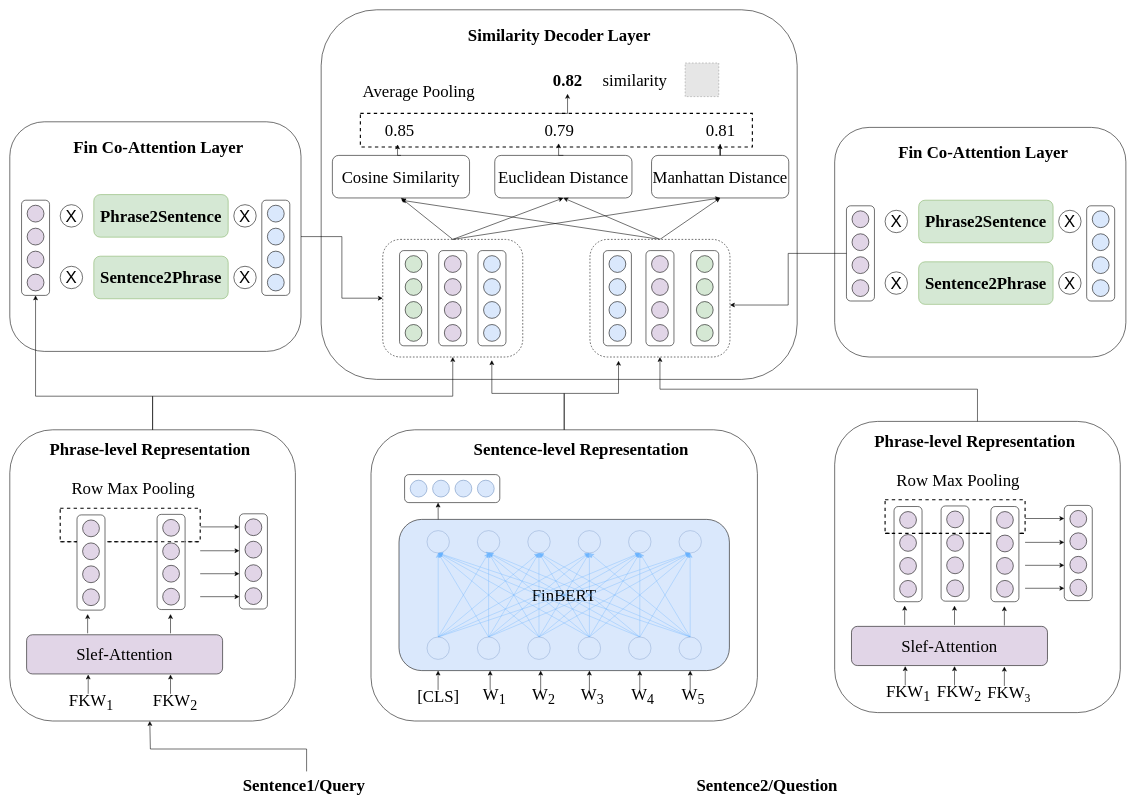
Earlier version of the draw.io diagram text_match/FinKeNet.drawio (lengyueit/paper_pic). Source tidied: cells renumbered, new cells numbered last; positions are measured from the earlier drawing's top-left corner, leaving out a move shared by most shapes. Both pictures are drawn from the tidied source at 56%, with x=0, y=0 at pixel (-12, 10). Pictures stored in the file or linked from it are replaced by grey dashed boxes.
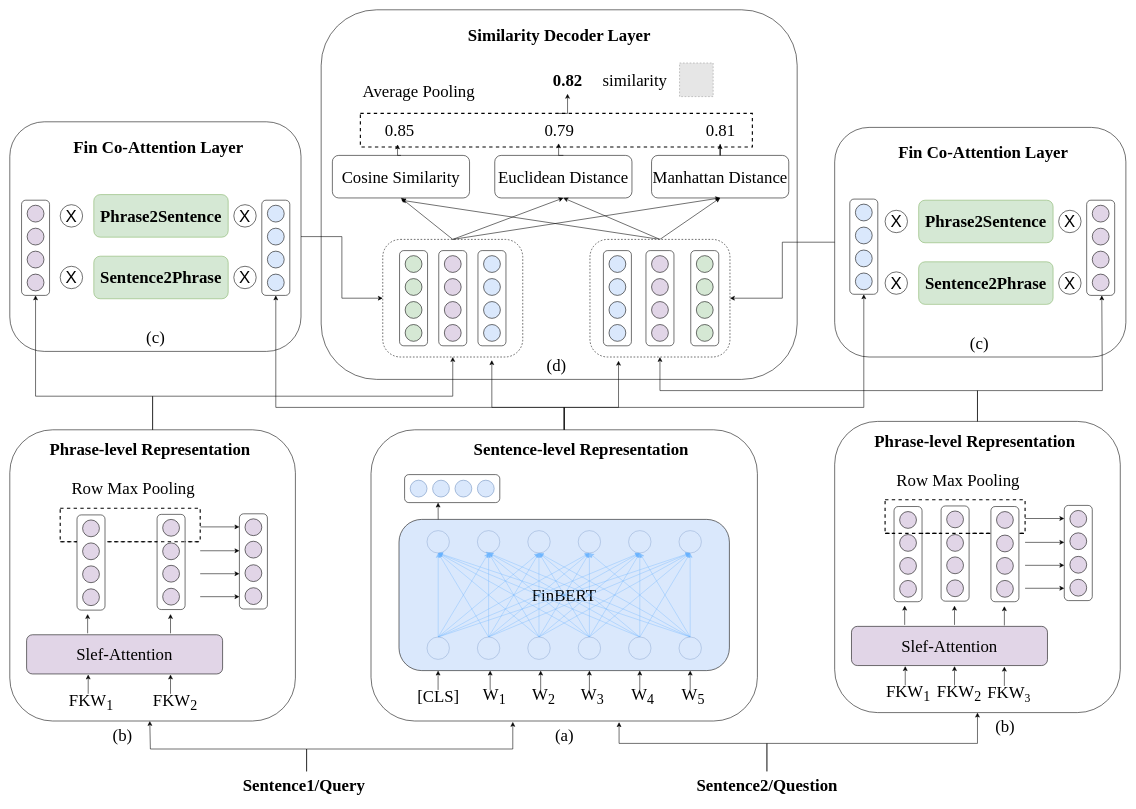
The same page after the edit.

Unchanged cells that the change refers to:
```xml
<mxCell id="2" style="rounded=1;whiteSpace=wrap;html=1;" parent="1" vertex="1">
  <mxGeometry x="684" y="750" width="690" height="520" as="geometry" />
</mxCell>
<mxCell id="4" value="&lt;font face=&quot;Times New Roman&quot; style=&quot;font-size: 30px;&quot;&gt;&lt;b&gt;Sentence1/Query&lt;/b&gt;&lt;/font&gt;" style="text;html=1;align=center;verticalAlign=middle;points=[];strokeColor=none;fillColor=none;" parent="1" vertex="1">
  <mxGeometry x="444" y="1360" width="240" height="50" as="geometry" />
</mxCell>
<mxCell id="5" value="&lt;font face=&quot;Times New Roman&quot; style=&quot;font-size: 30px;&quot;&gt;&lt;b&gt;Sentence2/Question&lt;/b&gt;&lt;/font&gt;" style="text;html=1;align=center;verticalAlign=middle;points=[];strokeColor=none;fillColor=none;" parent="1" vertex="1">
  <mxGeometry x="1251" y="1360" width="280" height="50" as="geometry" />
</mxCell>
<mxCell id="14" style="rounded=1;whiteSpace=wrap;html=1;" parent="13" vertex="1">
  <mxGeometry width="510" height="520" as="geometry" />
</mxCell>
<mxCell id="48" style="rounded=1;whiteSpace=wrap;html=1;" parent="1" vertex="1">
  <mxGeometry x="1512" y="735" width="510" height="520" as="geometry" />
</mxCell>
<mxCell id="153" style="group;" parent="1" vertex="1">
  <mxGeometry x="39" y="200" width="520" height="410" as="geometry" />
</mxCell>
<mxCell id="154" style="rounded=1;whiteSpace=wrap;html=1;" parent="153" vertex="1">
  <mxGeometry width="520" height="410" as="geometry" />
</mxCell>
<mxCell id="157" style="rounded=1;whiteSpace=wrap;html=1;direction=west;rotation=90;" parent="156" vertex="1">
  <mxGeometry x="-60" y="60" width="170" height="50" as="geometry" />
</mxCell>
<mxCell id="163" style="rounded=1;whiteSpace=wrap;html=1;direction=west;rotation=90;" parent="162" vertex="1">
  <mxGeometry x="-60" y="60" width="170" height="50" as="geometry" />
</mxCell>
<mxCell id="174" style="group;" parent="1" vertex="1">
  <mxGeometry x="1512" y="210" width="520" height="410" as="geometry" />
</mxCell>
<mxCell id="175" style="rounded=1;whiteSpace=wrap;html=1;" parent="174" vertex="1">
  <mxGeometry width="520" height="410" as="geometry" />
</mxCell>
<mxCell id="178" style="rounded=1;whiteSpace=wrap;html=1;direction=west;rotation=90;" parent="177" vertex="1">
  <mxGeometry x="-60" y="60" width="170" height="50" as="geometry" />
</mxCell>
<mxCell id="184" style="rounded=1;whiteSpace=wrap;html=1;direction=west;rotation=90;" parent="183" vertex="1">
  <mxGeometry x="-60" y="60" width="170" height="50" as="geometry" />
</mxCell>
<mxCell id="198" value="&lt;font face=&quot;Times New Roman&quot; style=&quot;font-size: 30px;&quot;&gt;Cosine Similarity&lt;/font&gt;" style="rounded=1;whiteSpace=wrap;html=1;" parent="196" vertex="1">
  <mxGeometry x="-120" y="-20" width="245" height="76" as="geometry" />
</mxCell>
<mxCell id="202" style="rounded=1;whiteSpace=wrap;html=1;dashed=1;" parent="201" vertex="1">
  <mxGeometry width="250" height="210" as="geometry" />
</mxCell>
<mxCell id="234" style="rounded=1;whiteSpace=wrap;html=1;dashed=1;" parent="196" vertex="1">
  <mxGeometry x="340" y="130" width="250" height="210" as="geometry" />
</mxCell>
```

What changed in the source:
```diff
@@
+    <mxCell id="263" style="edgeStyle=orthogonalEdgeStyle;rounded=0;jettySize=auto;html=1;entryX=0.367;entryY=1.003;entryDx=0;entryDy=0;entryPerimeter=0;" parent="1" edge="1" source="4" target="2">
+      <mxGeometry relative="1" as="geometry">
+        <Array as="points">
+          <mxPoint x="569" y="1320" />
+          <mxPoint x="937" y="1320" />
+        </Array>
+      </mxGeometry>
+    </mxCell>
@@
+    <mxCell id="264" style="edgeStyle=orthogonalEdgeStyle;rounded=0;jettySize=auto;html=1;" parent="1" edge="1" source="5" target="48">
+      <mxGeometry relative="1" as="geometry">
+        <Array as="points">
+          <mxPoint x="1391" y="1310" />
+          <mxPoint x="1767" y="1310" />
+        </Array>
+      </mxGeometry>
+    </mxCell>
+    <mxCell id="265" style="edgeStyle=orthogonalEdgeStyle;rounded=0;jettySize=auto;html=1;entryX=0.642;entryY=1.004;entryDx=0;entryDy=0;entryPerimeter=0;" parent="1" edge="1" source="5" target="2">
+      <mxGeometry relative="1" as="geometry">
+        <Array as="points">
+          <mxPoint x="1391" y="1310" />
+          <mxPoint x="1127" y="1310" />
+        </Array>
+      </mxGeometry>
+    </mxCell>
@@
+    <mxCell id="266" value="&lt;font face=&quot;Times New Roman&quot;&gt;&lt;span style=&quot;font-size: 30px;&quot;&gt;(c)&lt;/span&gt;&lt;/font&gt;" style="text;html=1;align=center;verticalAlign=middle;strokeColor=none;fillColor=none;" parent="153" vertex="1">
+      <mxGeometry x="230" y="360" width="60" height="50" as="geometry" />
+    </mxCell>
@@
+    <mxCell id="189" value="&lt;b style=&quot;border-color: var(--border-color); font-family: &amp;quot;Times New Roman&amp;quot;; font-size: 30px;&quot;&gt;Phrase2Sentence&lt;/b&gt;" style="rounded=1;whiteSpace=wrap;html=1;fillColor=#d5e8d4;strokeColor=#82b366;" parent="174" vertex="1">
+      <mxGeometry x="150" y="130" width="240" height="76" as="geometry" />
+    </mxCell>
+    <mxCell id="190" value="&lt;b style=&quot;border-color: var(--border-color); font-family: &amp;quot;Times New Roman&amp;quot;; font-size: 30px;&quot;&gt;Sentence2&lt;/b&gt;&lt;b style=&quot;border-color: var(--border-color); font-family: &amp;quot;Times New Roman&amp;quot;; font-size: 30px;&quot;&gt;Phrase&lt;/b&gt;" style="rounded=1;whiteSpace=wrap;html=1;fillColor=#d5e8d4;strokeColor=#82b366;" parent="174" vertex="1">
+      <mxGeometry x="150" y="240" width="240" height="76" as="geometry" />
+    </mxCell>
+    <mxCell id="191" value="&lt;div&gt;&lt;font style=&quot;font-size: 30px;&quot;&gt;X&lt;/font&gt;&lt;/div&gt;" style="ellipse;whiteSpace=wrap;html=1;" parent="174" vertex="1">
+      <mxGeometry x="90" y="148" width="40" height="40" as="geometry" />
+    </mxCell>
+    <mxCell id="192" value="&lt;div&gt;&lt;font style=&quot;font-size: 30px;&quot;&gt;X&lt;/font&gt;&lt;/div&gt;" style="ellipse;whiteSpace=wrap;html=1;" parent="174" vertex="1">
+      <mxGeometry x="90" y="258" width="40" height="40" as="geometry" />
+    </mxCell>
+    <mxCell id="193" value="&lt;div&gt;&lt;font style=&quot;font-size: 30px;&quot;&gt;X&lt;/font&gt;&lt;/div&gt;" style="ellipse;whiteSpace=wrap;html=1;" parent="174" vertex="1">
+      <mxGeometry x="400" y="148" width="40" height="40" as="geometry" />
+    </mxCell>
+    <mxCell id="194" value="&lt;div&gt;&lt;font style=&quot;font-size: 30px;&quot;&gt;X&lt;/font&gt;&lt;/div&gt;" style="ellipse;whiteSpace=wrap;html=1;" parent="174" vertex="1">
+      <mxGeometry x="400" y="258" width="40" height="40" as="geometry" />
+    </mxCell>
     <mxCell id="177" style="group;" parent="174" vertex="1">
-      <mxGeometry x="21" y="140" width="50" height="170" as="geometry" />
+      <mxGeometry x="450" y="130" width="50" height="170" as="geometry" />
     </mxCell>
@@
     <mxCell id="183" style="group;" parent="174" vertex="1">
-      <mxGeometry x="450" y="140" width="50" height="170" as="geometry" />
+      <mxGeometry x="27" y="128" width="50" height="170" as="geometry" />
     </mxCell>
@@
-    <mxCell id="189" value="&lt;b style=&quot;border-color: var(--border-color); font-family: &amp;quot;Times New Roman&amp;quot;; font-size: 30px;&quot;&gt;Phrase2Sentence&lt;/b&gt;" style="rounded=1;whiteSpace=wrap;html=1;fillColor=#d5e8d4;strokeColor=#82b366;" parent="174" vertex="1">
-      <mxGeometry x="150" y="130" width="240" height="76" as="geometry" />
-    </mxCell>
-    <mxCell id="190" value="&lt;b style=&quot;border-color: var(--border-color); font-family: &amp;quot;Times New Roman&amp;quot;; font-size: 30px;&quot;&gt;Sentence2&lt;/b&gt;&lt;b style=&quot;border-color: var(--border-color); font-family: &amp;quot;Times New Roman&amp;quot;; font-size: 30px;&quot;&gt;Phrase&lt;/b&gt;" style="rounded=1;whiteSpace=wrap;html=1;fillColor=#d5e8d4;strokeColor=#82b366;" parent="174" vertex="1">
-      <mxGeometry x="150" y="240" width="240" height="76" as="geometry" />
-    </mxCell>
-    <mxCell id="191" value="&lt;div&gt;&lt;font style=&quot;font-size: 30px;&quot;&gt;X&lt;/font&gt;&lt;/div&gt;" style="ellipse;whiteSpace=wrap;html=1;" parent="174" vertex="1">
-      <mxGeometry x="90" y="148" width="40" height="40" as="geometry" />
-    </mxCell>
-    <mxCell id="192" value="&lt;div&gt;&lt;font style=&quot;font-size: 30px;&quot;&gt;X&lt;/font&gt;&lt;/div&gt;" style="ellipse;whiteSpace=wrap;html=1;" parent="174" vertex="1">
-      <mxGeometry x="90" y="258" width="40" height="40" as="geometry" />
-    </mxCell>
-    <mxCell id="193" value="&lt;div&gt;&lt;font style=&quot;font-size: 30px;&quot;&gt;X&lt;/font&gt;&lt;/div&gt;" style="ellipse;whiteSpace=wrap;html=1;" parent="174" vertex="1">
-      <mxGeometry x="400" y="148" width="40" height="40" as="geometry" />
-    </mxCell>
-    <mxCell id="194" value="&lt;div&gt;&lt;font style=&quot;font-size: 30px;&quot;&gt;X&lt;/font&gt;&lt;/div&gt;" style="ellipse;whiteSpace=wrap;html=1;" parent="174" vertex="1">
-      <mxGeometry x="400" y="258" width="40" height="40" as="geometry" />
-    </mxCell>
-    <mxCell id="195" style="group;" parent="1" vertex="1">
-      <mxGeometry x="659" y="20" width="816" height="656" as="geometry" />
-    </mxCell>
+    <mxCell id="267" value="&lt;font face=&quot;Times New Roman&quot;&gt;&lt;span style=&quot;font-size: 30px;&quot;&gt;(c)&lt;/span&gt;&lt;/font&gt;" style="text;html=1;align=center;verticalAlign=middle;strokeColor=none;fillColor=none;" parent="174" vertex="1">
+      <mxGeometry x="228" y="360" width="60" height="50" as="geometry" />
+    </mxCell>
+    <mxCell id="257" style="edgeStyle=orthogonalEdgeStyle;rounded=0;jettySize=auto;html=1;exitX=0.5;exitY=0;exitDx=0;exitDy=0;entryX=0;entryY=0.5;entryDx=0;entryDy=0;" parent="1" edge="1" source="14" target="157">
+      <mxGeometry relative="1" as="geometry">
+        <Array as="points">
+          <mxPoint x="294" y="690" />
+          <mxPoint x="85" y="690" />
+        </Array>
+      </mxGeometry>
+    </mxCell>
+    <mxCell id="268" style="edgeStyle=orthogonalEdgeStyle;rounded=0;jettySize=auto;html=1;exitX=0.5;exitY=0;exitDx=0;exitDy=0;entryX=0;entryY=0.5;entryDx=0;entryDy=0;" parent="1" edge="1" source="2" target="184">
+      <mxGeometry relative="1" as="geometry">
+        <Array as="points">
+          <mxPoint x="1029" y="710" />
+          <mxPoint x="1564" y="710" />
+        </Array>
+      </mxGeometry>
+    </mxCell>
-    <mxCell id="196" style="group;" parent="195" vertex="1">
-      <mxGeometry x="76" y="260" width="740" height="396" as="geometry" />
+    <mxCell id="196" style="group;" parent="1" vertex="1">
+      <mxGeometry x="735" y="280" width="740" height="396" as="geometry" />
     </mxCell>
@@
+    <mxCell id="253" style="fillColor=#E6E6E6;strokeColor=#999999;dashed=1;verticalLabelPosition=bottom;labelBackgroundColor=default;verticalAlign=top;" parent="196" vertex="1">
+      <mxGeometry x="500" y="-185" width="60" height="60" as="geometry" />
+    </mxCell>
+    <mxCell id="269" value="&lt;font face=&quot;Times New Roman&quot;&gt;&lt;span style=&quot;font-size: 30px;&quot;&gt;(d)&lt;/span&gt;&lt;/font&gt;" style="text;html=1;align=center;verticalAlign=middle;strokeColor=none;fillColor=none;" parent="196" vertex="1">
+      <mxGeometry x="250" y="330" width="60" height="50" as="geometry" />
+    </mxCell>
-    <mxCell id="250" value="&lt;font style=&quot;font-size: 30px;&quot; face=&quot;Times New Roman&quot;&gt;0.85&lt;/font&gt;" style="text;html=1;align=center;verticalAlign=middle;points=[];strokeColor=none;fillColor=none;" parent="195" vertex="1">
-      <mxGeometry x="36" y="170" width="80" height="50" as="geometry" />
+    <mxCell id="250" value="&lt;font style=&quot;font-size: 30px;&quot; face=&quot;Times New Roman&quot;&gt;0.85&lt;/font&gt;" style="text;html=1;align=center;verticalAlign=middle;points=[];strokeColor=none;fillColor=none;" parent="1" vertex="1">
+      <mxGeometry x="695" y="190" width="80" height="50" as="geometry" />
     </mxCell>
-    <mxCell id="251" value="&lt;font style=&quot;font-size: 30px;&quot; face=&quot;Times New Roman&quot;&gt;similarity&lt;/font&gt;" style="text;html=1;align=center;verticalAlign=middle;strokeColor=none;fillColor=none;" parent="195" vertex="1">
-      <mxGeometry x="426" y="80" width="140" height="50" as="geometry" />
+    <mxCell id="251" value="&lt;font style=&quot;font-size: 30px;&quot; face=&quot;Times New Roman&quot;&gt;similarity&lt;/font&gt;" style="text;html=1;align=center;verticalAlign=middle;strokeColor=none;fillColor=none;" parent="1" vertex="1">
+      <mxGeometry x="1085" y="100" width="140" height="50" as="geometry" />
     </mxCell>
-    <mxCell id="252" style="edgeStyle=orthogonalEdgeStyle;rounded=0;jettySize=auto;html=1;exitX=0.5;exitY=0;exitDx=0;exitDy=0;entryX=0.455;entryY=1.008;entryDx=0;entryDy=0;entryPerimeter=0;" parent="195" edge="1" source="198" target="250">
+    <mxCell id="252" style="edgeStyle=orthogonalEdgeStyle;rounded=0;jettySize=auto;html=1;exitX=0.5;exitY=0;exitDx=0;exitDy=0;entryX=0.455;entryY=1.008;entryDx=0;entryDy=0;entryPerimeter=0;" parent="1" edge="1" source="198" target="250">
       <mxGeometry relative="1" as="geometry" />
     </mxCell>
-    <mxCell id="253" style="fillColor=#E6E6E6;strokeColor=#999999;dashed=1;verticalLabelPosition=bottom;labelBackgroundColor=default;verticalAlign=top;" parent="195" vertex="1">
-      <mxGeometry x="586" y="75" width="60" height="60" as="geometry" />
-    </mxCell>
-    <mxCell id="254" value="&lt;font size=&quot;1&quot; face=&quot;Times New Roman&quot; style=&quot;&quot;&gt;&lt;b style=&quot;font-size: 30px;&quot;&gt;Similarity Decoder Layer&lt;/b&gt;&lt;/font&gt;" style="text;html=1;align=center;verticalAlign=middle;strokeColor=none;fillColor=none;" parent="195" vertex="1">
-      <mxGeometry x="186" width="350" height="50" as="geometry" />
+    <mxCell id="254" value="&lt;font size=&quot;1&quot; face=&quot;Times New Roman&quot; style=&quot;&quot;&gt;&lt;b style=&quot;font-size: 30px;&quot;&gt;Similarity Decoder Layer&lt;/b&gt;&lt;/font&gt;" style="text;html=1;align=center;verticalAlign=middle;strokeColor=none;fillColor=none;" parent="1" vertex="1">
+      <mxGeometry x="845" y="20" width="350" height="50" as="geometry" />
     </mxCell>
-    <mxCell id="255" value="&lt;font face=&quot;Times New Roman&quot; style=&quot;font-size: 30px;&quot;&gt;Average&amp;nbsp;Pooling&lt;/font&gt;" style="text;html=1;align=center;verticalAlign=middle;strokeColor=none;fillColor=none;" parent="195" vertex="1">
-      <mxGeometry y="100" width="220" height="50" as="geometry" />
+    <mxCell id="255" value="&lt;font face=&quot;Times New Roman&quot; style=&quot;font-size: 30px;&quot;&gt;Average&amp;nbsp;Pooling&lt;/font&gt;" style="text;html=1;align=center;verticalAlign=middle;strokeColor=none;fillColor=none;" parent="1" vertex="1">
+      <mxGeometry x="659" y="120" width="220" height="50" as="geometry" />
     </mxCell>
-    <mxCell id="256" style="edgeStyle=orthogonalEdgeStyle;rounded=0;jettySize=auto;html=1;exitX=0.5;exitY=0;exitDx=0;exitDy=0;" parent="1" edge="1" source="48" target="234">
-      <mxGeometry relative="1" as="geometry" />
-    </mxCell>
-    <mxCell id="257" style="edgeStyle=orthogonalEdgeStyle;rounded=0;jettySize=auto;html=1;exitX=0.5;exitY=0;exitDx=0;exitDy=0;entryX=0;entryY=0.5;entryDx=0;entryDy=0;" parent="1" edge="1" source="14" target="157">
-      <mxGeometry relative="1" as="geometry">
-        <Array as="points">
-          <mxPoint x="294" y="690" />
-          <mxPoint x="85" y="690" />
-        </Array>
-      </mxGeometry>
-    </mxCell>
+    <mxCell id="259" style="edgeStyle=orthogonalEdgeStyle;rounded=0;jettySize=auto;html=1;exitX=1;exitY=0.5;exitDx=0;exitDy=0;entryX=0;entryY=0.5;entryDx=0;entryDy=0;" parent="1" edge="1" source="154" target="202">
+      <mxGeometry relative="1" as="geometry" />
+    </mxCell>
@@
-    <mxCell id="259" style="edgeStyle=orthogonalEdgeStyle;rounded=0;jettySize=auto;html=1;exitX=1;exitY=0.5;exitDx=0;exitDy=0;entryX=0;entryY=0.5;entryDx=0;entryDy=0;" parent="1" edge="1" source="154" target="202">
-      <mxGeometry relative="1" as="geometry" />
-    </mxCell>
-    <mxCell id="260" style="edgeStyle=orthogonalEdgeStyle;rounded=0;jettySize=auto;html=1;exitX=0.5;exitY=0;exitDx=0;exitDy=0;entryX=1;entryY=0.558;entryDx=0;entryDy=0;entryPerimeter=0;" parent="1" edge="1" source="178" target="234">
-      <mxGeometry relative="1" as="geometry" />
-    </mxCell>
+    <mxCell id="270" style="edgeStyle=orthogonalEdgeStyle;rounded=0;jettySize=auto;html=1;exitX=0.5;exitY=0;exitDx=0;exitDy=0;entryX=0;entryY=0.5;entryDx=0;entryDy=0;" parent="1" edge="1" source="2" target="163">
+      <mxGeometry relative="1" as="geometry">
+        <Array as="points">
+          <mxPoint x="1029" y="710" />
+          <mxPoint x="514" y="710" />
+        </Array>
+      </mxGeometry>
+    </mxCell>
     <mxCell id="261" style="edgeStyle=orthogonalEdgeStyle;rounded=0;jettySize=auto;html=1;exitX=0.5;exitY=0;exitDx=0;exitDy=0;entryX=0.779;entryY=1.027;entryDx=0;entryDy=0;entryPerimeter=0;" parent="1" edge="1" source="2" target="202">
       <mxGeometry relative="1" as="geometry">
         <Array as="points">
-          <mxPoint x="1029" y="685" />
-          <mxPoint x="900" y="685" />
+          <mxPoint x="1029" y="710" />
+          <mxPoint x="900" y="710" />
         </Array>
       </mxGeometry>
     </mxCell>
     <mxCell id="262" style="edgeStyle=orthogonalEdgeStyle;rounded=0;jettySize=auto;html=1;exitX=0.5;exitY=0;exitDx=0;exitDy=0;entryX=0.204;entryY=1.032;entryDx=0;entryDy=0;entryPerimeter=0;" parent="1" edge="1" source="2" target="234">
-      <mxGeometry relative="1" as="geometry" />
+      <mxGeometry relative="1" as="geometry">
+        <Array as="points">
+          <mxPoint x="1029" y="710" />
+          <mxPoint x="1126" y="710" />
+        </Array>
+      </mxGeometry>
     </mxCell>
+    <mxCell id="256" style="edgeStyle=orthogonalEdgeStyle;rounded=0;jettySize=auto;html=1;exitX=0.5;exitY=0;exitDx=0;exitDy=0;" parent="1" edge="1" source="48" target="234">
+      <mxGeometry relative="1" as="geometry">
+        <Array as="points">
+          <mxPoint x="1767" y="680" />
+          <mxPoint x="1200" y="680" />
+        </Array>
+      </mxGeometry>
+    </mxCell>
+    <mxCell id="271" style="edgeStyle=orthogonalEdgeStyle;rounded=0;jettySize=auto;html=1;exitX=0.5;exitY=0;exitDx=0;exitDy=0;" parent="1" edge="1" source="48">
+      <mxGeometry relative="1" as="geometry">
+        <mxPoint x="1989" y="510" as="targetPoint" />
+        <Array as="points">
+          <mxPoint x="1767" y="680" />
+          <mxPoint x="1990" y="680" />
+          <mxPoint x="1990" y="510" />
+        </Array>
+      </mxGeometry>
+    </mxCell>
+    <mxCell id="272" value="&lt;font face=&quot;Times New Roman&quot;&gt;&lt;span style=&quot;font-size: 30px;&quot;&gt;(a)&lt;/span&gt;&lt;/font&gt;" style="text;html=1;align=center;verticalAlign=middle;strokeColor=none;fillColor=none;" parent="1" vertex="1">
+      <mxGeometry x="999" y="1270" width="60" height="50" as="geometry" />
+    </mxCell>
+    <mxCell id="273" value="&lt;font face=&quot;Times New Roman&quot;&gt;&lt;span style=&quot;font-size: 30px;&quot;&gt;(b)&lt;/span&gt;&lt;/font&gt;" style="text;html=1;align=center;verticalAlign=middle;strokeColor=none;fillColor=none;" parent="1" vertex="1">
+      <mxGeometry x="210" y="1270" width="60" height="50" as="geometry" />
+    </mxCell>
+    <mxCell id="274" value="&lt;font face=&quot;Times New Roman&quot;&gt;&lt;span style=&quot;font-size: 30px;&quot;&gt;(b)&lt;/span&gt;&lt;/font&gt;" style="text;html=1;align=center;verticalAlign=middle;strokeColor=none;fillColor=none;" parent="1" vertex="1">
+      <mxGeometry x="1786" y="1255" width="60" height="50" as="geometry" />
+    </mxCell>
+    <mxCell id="275" style="edgeStyle=orthogonalEdgeStyle;rounded=0;jettySize=auto;html=1;exitX=0;exitY=0.5;exitDx=0;exitDy=0;" parent="1" edge="1" source="175" target="234">
+      <mxGeometry relative="1" as="geometry" />
+    </mxCell>
```
